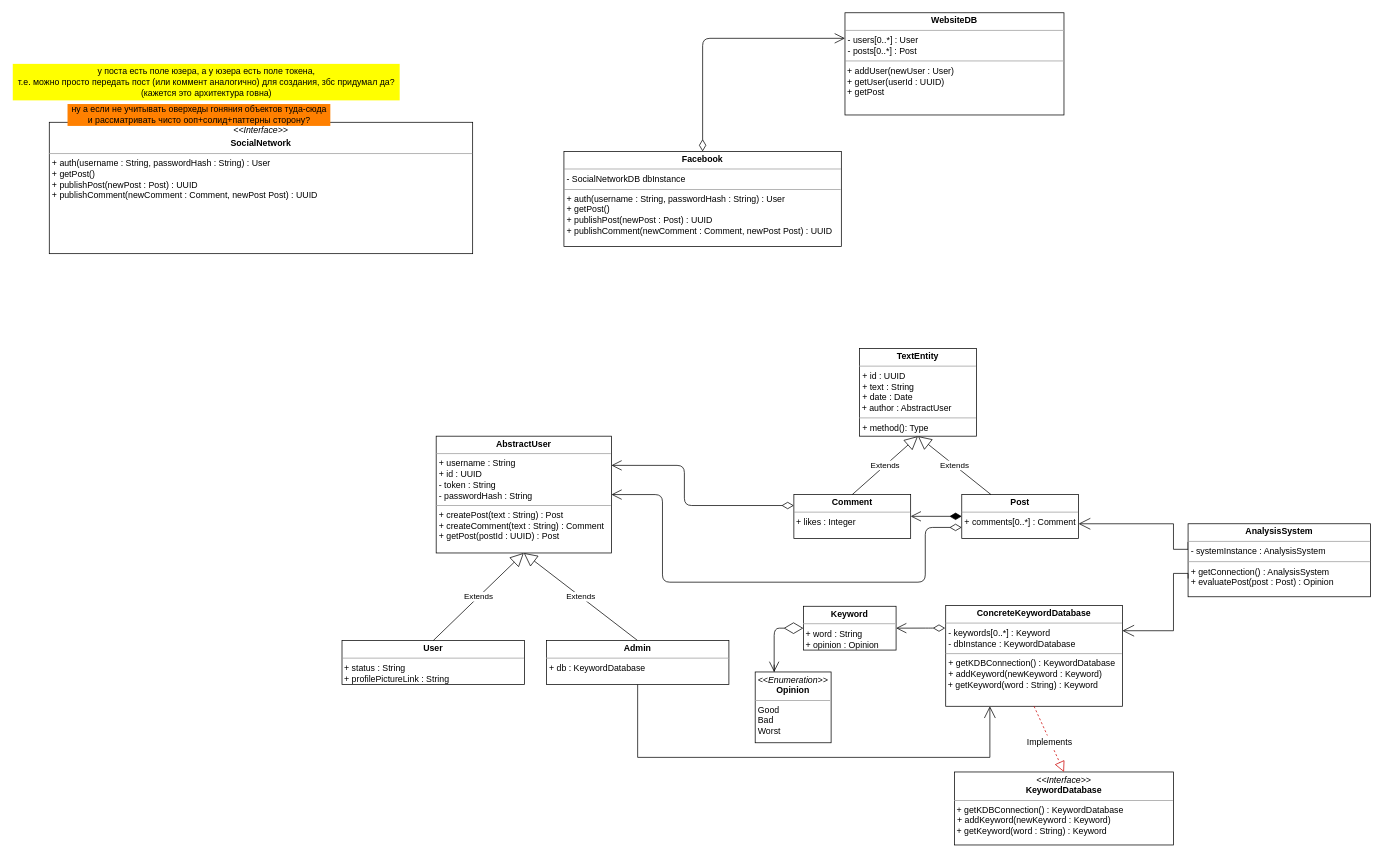
Earlier version of the draw.io diagram assignment1/uml/assignment1.drawio (ar7ch/iu-ssad). Source tidied: cells renumbered, new cells numbered last; positions are measured from the earlier drawing's top-left corner, leaving out a move shared by most shapes. Both pictures are drawn from the tidied source at 73%, with x=0, y=0 at pixel (12, 12).
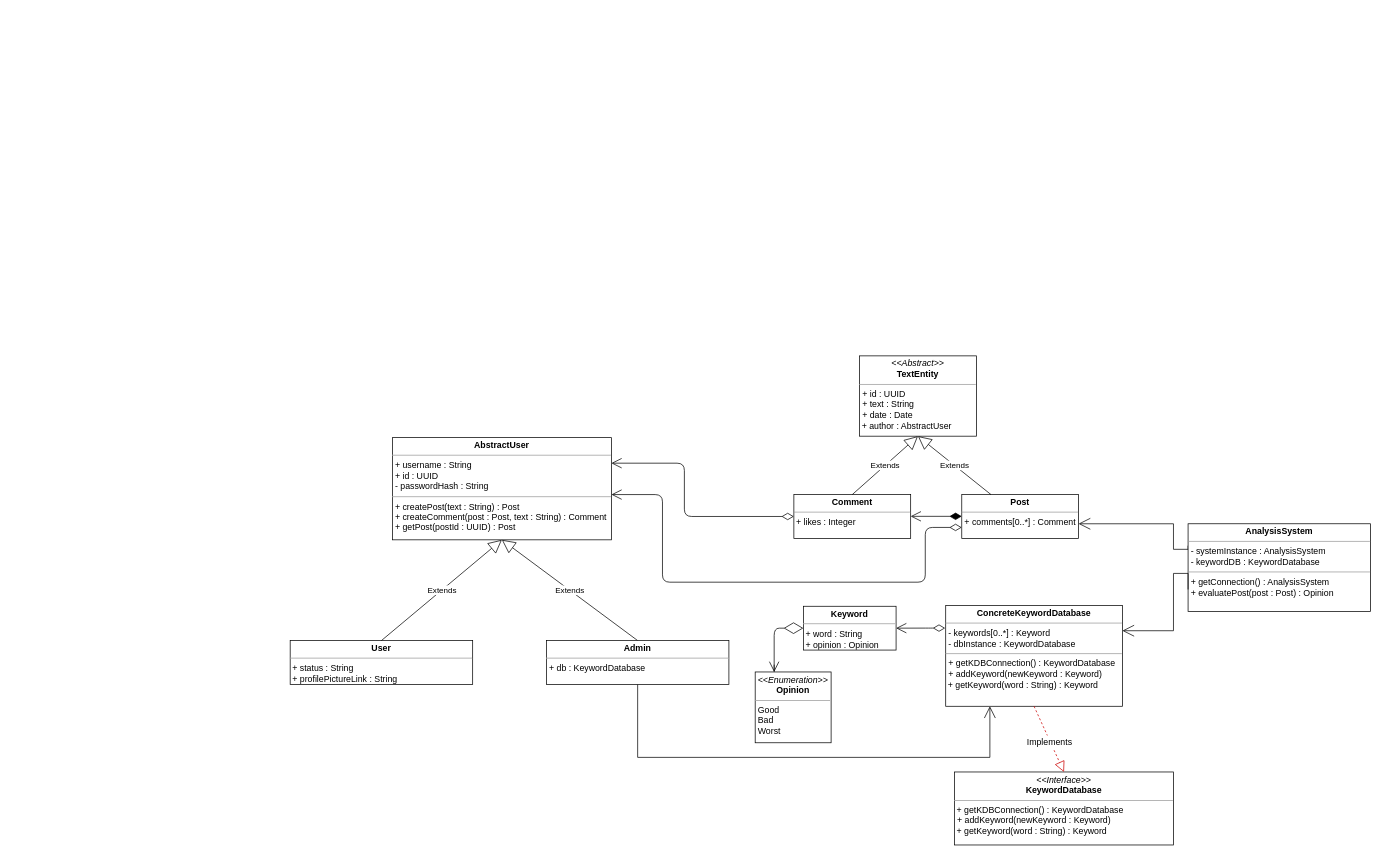
The same page after the edit.

Commit message (it also covers changes not shown here):
fix minor issues in uml diagram

The change refers to these unchanged cells:
```xml
<mxCell id="2" value="&lt;p style=&quot;margin: 0px ; margin-top: 4px ; text-align: center&quot;&gt;&lt;b&gt;Comment&lt;/b&gt;&lt;/p&gt;&lt;hr size=&quot;1&quot;&gt;&amp;nbsp;+ likes : Integer" style="verticalAlign=top;align=left;overflow=fill;fontSize=12;fontFamily=Helvetica;html=1;hachureGap=4;" parent="1" vertex="1">
  <mxGeometry x="1070" y="660" width="160" height="60" as="geometry" />
</mxCell>
<mxCell id="3" value="&lt;p style=&quot;margin: 0px ; margin-top: 4px ; text-align: center&quot;&gt;&lt;b&gt;Post&lt;/b&gt;&lt;/p&gt;&lt;hr size=&quot;1&quot;&gt;&lt;p style=&quot;margin: 0px ; margin-left: 4px&quot;&gt;+ comments[0..*] : Comment&lt;br&gt;&lt;/p&gt;" style="verticalAlign=top;align=left;overflow=fill;fontSize=12;fontFamily=Helvetica;html=1;hachureGap=4;" parent="1" vertex="1">
  <mxGeometry x="1300" y="660" width="160" height="60" as="geometry" />
</mxCell>
```

Diff of the diagram source:
```diff
@@
     <mxCell id="4" value="&lt;p style=&quot;margin: 0px ; margin-top: 4px ; text-align: center&quot;&gt;&lt;b&gt;User&lt;/b&gt;&lt;/p&gt;&lt;hr size=&quot;1&quot;&gt;&lt;div&gt;&amp;nbsp;+ status : String&lt;/div&gt;&lt;div&gt;&amp;nbsp;+ profilePictureLink : String&lt;br&gt;&lt;/div&gt;&lt;p style=&quot;margin: 0px ; margin-left: 4px&quot;&gt;&lt;br&gt;&lt;/p&gt;" style="verticalAlign=top;align=left;overflow=fill;fontSize=12;fontFamily=Helvetica;html=1;hachureGap=4;" parent="1" vertex="1">
-      <mxGeometry x="451" y="860" width="250" height="60" as="geometry" />
+      <mxGeometry x="380" y="860" width="250" height="60" as="geometry" />
     </mxCell>
@@
-    <mxCell id="10" value="&lt;p style=&quot;margin: 0px ; margin-top: 4px ; text-align: center&quot;&gt;&lt;b&gt;AnalysisSystem&lt;/b&gt;&lt;/p&gt;&lt;hr size=&quot;1&quot;&gt;&lt;p style=&quot;margin: 0px ; margin-left: 4px&quot;&gt;- systemInstance : AnalysisSystem&lt;br&gt;&lt;/p&gt;&lt;hr size=&quot;1&quot;&gt;&lt;p style=&quot;margin: 0px ; margin-left: 4px&quot;&gt;+ getConnection() : AnalysisSystem&lt;br&gt;&lt;/p&gt;&lt;p style=&quot;margin: 0px ; margin-left: 4px&quot;&gt;+ evaluatePost(post : Post) : Opinion&lt;/p&gt;" style="verticalAlign=top;align=left;overflow=fill;fontSize=12;fontFamily=Helvetica;html=1;hachureGap=4;" parent="1" vertex="1">
-      <mxGeometry x="1610" y="700" width="250" height="100" as="geometry" />
+    <mxCell id="10" value="&lt;p style=&quot;margin: 0px ; margin-top: 4px ; text-align: center&quot;&gt;&lt;b&gt;AnalysisSystem&lt;/b&gt;&lt;/p&gt;&lt;hr size=&quot;1&quot;&gt;&lt;p style=&quot;margin: 0px ; margin-left: 4px&quot;&gt;- systemInstance : AnalysisSystem&lt;br&gt;- keywordDB : KeywordDatabase&lt;br&gt;&lt;/p&gt;&lt;hr size=&quot;1&quot;&gt;&lt;p style=&quot;margin: 0px ; margin-left: 4px&quot;&gt;+ getConnection() : AnalysisSystem&lt;br&gt;&lt;/p&gt;&lt;p style=&quot;margin: 0px ; margin-left: 4px&quot;&gt;+ evaluatePost(post : Post) : Opinion&lt;/p&gt;" style="verticalAlign=top;align=left;overflow=fill;fontSize=12;fontFamily=Helvetica;html=1;hachureGap=4;" parent="1" vertex="1">
+      <mxGeometry x="1610" y="700" width="250" height="120" as="geometry" />
     </mxCell>
@@
-    <mxCell id="13" value="&lt;p style=&quot;margin: 0px ; margin-top: 4px ; text-align: center&quot;&gt;&lt;b&gt;TextEntity&lt;/b&gt;&lt;br&gt;&lt;/p&gt;&lt;hr size=&quot;1&quot;&gt;&lt;p style=&quot;margin: 0px ; margin-left: 4px&quot;&gt;+ id : UUID&lt;/p&gt;&lt;p style=&quot;margin: 0px ; margin-left: 4px&quot;&gt;+ text : String&lt;br&gt;+ date : Date&lt;/p&gt;&amp;nbsp;+ author : AbstractUser&lt;hr size=&quot;1&quot;&gt;&lt;p style=&quot;margin: 0px ; margin-left: 4px&quot;&gt;+ method(): Type&lt;/p&gt;" style="verticalAlign=top;align=left;overflow=fill;fontSize=12;fontFamily=Helvetica;html=1;hachureGap=4;" parent="1" vertex="1">
-      <mxGeometry x="1160" y="460" width="160" height="120" as="geometry" />
+    <mxCell id="13" value="&lt;p style=&quot;margin: 0px ; margin-top: 4px ; text-align: center&quot;&gt;&lt;i&gt;&amp;lt;&amp;lt;Abstract&amp;gt;&amp;gt;&lt;/i&gt;&lt;b&gt;&lt;br&gt;TextEntity&lt;/b&gt;&lt;br&gt;&lt;/p&gt;&lt;hr size=&quot;1&quot;&gt;&lt;p style=&quot;margin: 0px ; margin-left: 4px&quot;&gt;+ id : UUID&lt;/p&gt;&lt;p style=&quot;margin: 0px ; margin-left: 4px&quot;&gt;+ text : String&lt;br&gt;+ date : Date&lt;/p&gt;&amp;nbsp;+ author : AbstractUser" style="verticalAlign=top;align=left;overflow=fill;fontSize=12;fontFamily=Helvetica;html=1;hachureGap=4;" parent="1" vertex="1">
+      <mxGeometry x="1160" y="470" width="160" height="110" as="geometry" />
     </mxCell>
-    <mxCell id="14" style="endArrow=open;html=1;endSize=12;startArrow=diamondThin;startSize=14;startFill=0;edgeStyle=orthogonalEdgeStyle;align=left;verticalAlign=bottom;sourcePerimeterSpacing=8;targetPerimeterSpacing=8;entryX=1;entryY=0.25;entryDx=0;entryDy=0;exitX=0;exitY=0.25;exitDx=0;exitDy=0;" parent="1" edge="1" source="2" target="21">
+    <mxCell id="14" style="endArrow=open;html=1;endSize=12;startArrow=diamondThin;startSize=14;startFill=0;edgeStyle=orthogonalEdgeStyle;align=left;verticalAlign=bottom;sourcePerimeterSpacing=8;targetPerimeterSpacing=8;entryX=1;entryY=0.25;entryDx=0;entryDy=0;exitX=0;exitY=0.5;exitDx=0;exitDy=0;" parent="1" edge="1" source="2" target="21">
       <mxGeometry x="-1" y="3" relative="1" as="geometry">
         <Array as="points">
-          <mxPoint x="920" y="675" />
-          <mxPoint x="920" y="620" />
+          <mxPoint x="920" y="690" />
+          <mxPoint x="920" y="617" />
         </Array>
       </mxGeometry>
     </mxCell>
@@
-    <mxCell id="17" value="&lt;p style=&quot;margin: 0px ; margin-top: 4px ; text-align: center&quot;&gt;&lt;b&gt;Facebook&lt;/b&gt;&lt;br&gt;&lt;/p&gt;&lt;hr size=&quot;1&quot;&gt;&lt;p style=&quot;margin: 0px ; margin-left: 4px&quot;&gt;- SocialNetworkDB dbInstance&lt;br&gt;&lt;/p&gt;&lt;hr size=&quot;1&quot;&gt;&lt;p style=&quot;margin: 0px ; margin-left: 4px&quot;&gt;+ auth(username : String, passwordHash : String) : User&lt;br&gt;&lt;/p&gt;&lt;p style=&quot;margin: 0px ; margin-left: 4px&quot;&gt;+ getPost()&lt;/p&gt;&lt;p style=&quot;margin: 0px ; margin-left: 4px&quot;&gt;+ publishPost(newPost : Post) : UUID&lt;br&gt;&lt;/p&gt;&lt;p style=&quot;margin: 0px ; margin-left: 4px&quot;&gt;+ publishComment(newComment : Comment, newPost Post) : UUID&lt;/p&gt;&lt;p style=&quot;margin: 0px ; margin-left: 4px&quot;&gt;&lt;br&gt;&lt;br&gt;&lt;/p&gt;&lt;p style=&quot;margin: 0px ; margin-left: 4px&quot;&gt;&lt;br&gt;&lt;/p&gt;&lt;p style=&quot;margin: 0px ; margin-left: 4px&quot;&gt;&lt;br&gt;&lt;/p&gt;" style="verticalAlign=top;align=left;overflow=fill;fontSize=12;fontFamily=Helvetica;html=1;hachureGap=4;" parent="1" vertex="1">
-      <mxGeometry x="755" y="190" width="380" height="130" as="geometry" />
-    </mxCell>
-    <mxCell id="18" value="&lt;p style=&quot;margin: 0px ; margin-top: 4px ; text-align: center&quot;&gt;&lt;b&gt;WebsiteDB&lt;/b&gt;&lt;br&gt;&lt;/p&gt;&lt;hr size=&quot;1&quot;&gt;&lt;p style=&quot;margin: 0px ; margin-left: 4px&quot;&gt;- users[0..*] : User&lt;/p&gt;&lt;p style=&quot;margin: 0px ; margin-left: 4px&quot;&gt;- posts[0..*] : Post&lt;br&gt;&lt;/p&gt;&lt;hr size=&quot;1&quot;&gt;&lt;div&gt;&amp;nbsp;+ addUser(newUser : User)&lt;/div&gt;&lt;div&gt;&amp;nbsp;+ getUser(userId : UUID)&lt;/div&gt;&lt;div&gt;&amp;nbsp;+ getPost&lt;br&gt;&lt;/div&gt;&lt;div&gt;&lt;br&gt;&lt;/div&gt;" style="verticalAlign=top;align=left;overflow=fill;fontSize=12;fontFamily=Helvetica;html=1;hachureGap=4;" parent="1" vertex="1">
-      <mxGeometry x="1140" width="300" height="140" as="geometry" />
-    </mxCell>
-    <mxCell id="19" style="endArrow=open;html=1;endSize=12;startArrow=diamondThin;startSize=14;startFill=0;edgeStyle=orthogonalEdgeStyle;sourcePerimeterSpacing=8;targetPerimeterSpacing=8;exitX=0.5;exitY=0;exitDx=0;exitDy=0;entryX=0;entryY=0.25;entryDx=0;entryDy=0;" parent="1" edge="1" source="17" target="18">
-      <mxGeometry relative="1" as="geometry" />
-    </mxCell>
-    <mxCell id="20" value="&lt;p style=&quot;margin: 0px ; margin-top: 4px ; text-align: center&quot;&gt;&lt;i&gt;&amp;lt;&amp;lt;Interface&amp;gt;&amp;gt;&lt;/i&gt;&lt;span&gt;&#9;&lt;/span&gt;&lt;/p&gt;&lt;p style=&quot;margin: 0px ; margin-top: 4px ; text-align: center&quot;&gt;&lt;b&gt;SocialNetwork&lt;/b&gt;&lt;br&gt;&lt;/p&gt;&lt;hr size=&quot;1&quot;&gt;&lt;p style=&quot;margin: 0px ; margin-left: 4px&quot;&gt;+ auth(username : String, passwordHash : String) : User&lt;br&gt;&lt;/p&gt;&lt;p style=&quot;margin: 0px ; margin-left: 4px&quot;&gt;+ getPost()&lt;/p&gt;&lt;p style=&quot;margin: 0px ; margin-left: 4px&quot;&gt;+ publishPost(newPost : Post) : UUID&lt;br&gt;&lt;/p&gt;&lt;p style=&quot;margin: 0px ; margin-left: 4px&quot;&gt;+ publishComment(newComment : Comment, newPost Post) : UUID&lt;/p&gt;&lt;p style=&quot;margin: 0px ; margin-left: 4px&quot;&gt;&lt;br&gt;&lt;/p&gt;" style="verticalAlign=top;align=left;overflow=fill;fontSize=12;fontFamily=Helvetica;html=1;hachureGap=4;" parent="1" vertex="1">
-      <mxGeometry x="50" y="150" width="580" height="180" as="geometry" />
-    </mxCell>
-    <mxCell id="21" value="&lt;p style=&quot;margin: 0px ; margin-top: 4px ; text-align: center&quot;&gt;&lt;b&gt;AbstractUser&lt;/b&gt;&lt;/p&gt;&lt;hr size=&quot;1&quot;&gt;&lt;p style=&quot;margin: 0px ; margin-left: 4px&quot;&gt;+ username : String&lt;/p&gt;&lt;p style=&quot;margin: 0px ; margin-left: 4px&quot;&gt;+ id : UUID&lt;br&gt;- token : String&lt;br&gt;&lt;/p&gt;&lt;p style=&quot;margin: 0px ; margin-left: 4px&quot;&gt;- passwordHash : String&lt;/p&gt;&lt;hr size=&quot;1&quot;&gt;&lt;p style=&quot;margin: 0px ; margin-left: 4px&quot;&gt;+ createPost(text : String) : Post&lt;/p&gt;&lt;p style=&quot;margin: 0px ; margin-left: 4px&quot;&gt;+ createComment(text : String) : Comment&lt;br&gt;&lt;/p&gt;&lt;p style=&quot;margin: 0px ; margin-left: 4px&quot;&gt;+ getPost(postId : UUID) : Post&lt;br&gt;&lt;/p&gt;&lt;p style=&quot;margin: 0px ; margin-left: 4px&quot;&gt;&lt;br&gt;&lt;/p&gt;" style="verticalAlign=top;align=left;overflow=fill;fontSize=12;fontFamily=Helvetica;html=1;hachureGap=4;" parent="1" vertex="1">
-      <mxGeometry x="580" y="580" width="240" height="160" as="geometry" />
+    <mxCell id="21" value="&lt;p style=&quot;margin: 0px ; margin-top: 4px ; text-align: center&quot;&gt;&lt;b&gt;AbstractUser&lt;/b&gt;&lt;/p&gt;&lt;hr size=&quot;1&quot;&gt;&lt;p style=&quot;margin: 0px ; margin-left: 4px&quot;&gt;+ username : String&lt;/p&gt;&lt;p style=&quot;margin: 0px ; margin-left: 4px&quot;&gt;+ id : UUID&lt;br&gt;&lt;/p&gt;&lt;p style=&quot;margin: 0px ; margin-left: 4px&quot;&gt;- passwordHash : String&lt;/p&gt;&lt;hr size=&quot;1&quot;&gt;&lt;p style=&quot;margin: 0px ; margin-left: 4px&quot;&gt;+ createPost(text : String) : Post&lt;/p&gt;&lt;p style=&quot;margin: 0px ; margin-left: 4px&quot;&gt;+ createComment(post : Post, text : String) : Comment&lt;br&gt;&lt;/p&gt;&lt;p style=&quot;margin: 0px ; margin-left: 4px&quot;&gt;+ getPost(postId : UUID) : Post&lt;br&gt;&lt;/p&gt;&lt;p style=&quot;margin: 0px ; margin-left: 4px&quot;&gt;&lt;br&gt;&lt;/p&gt;" style="verticalAlign=top;align=left;overflow=fill;fontSize=12;fontFamily=Helvetica;html=1;hachureGap=4;" parent="1" vertex="1">
+      <mxGeometry x="520" y="582" width="300" height="140" as="geometry" />
     </mxCell>
@@
-    <mxCell id="27" style="endArrow=open;html=1;endSize=12;startArrow=diamondThin;startSize=14;startFill=0;edgeStyle=orthogonalEdgeStyle;align=left;verticalAlign=bottom;sourcePerimeterSpacing=8;targetPerimeterSpacing=8;strokeColor=#000000;entryX=1;entryY=0.5;entryDx=0;entryDy=0;exitX=0;exitY=0.75;exitDx=0;exitDy=0;" parent="1" edge="1" source="3" target="21">
+    <mxCell id="27" style="endArrow=open;html=1;endSize=12;startArrow=diamondThin;startSize=14;startFill=0;edgeStyle=orthogonalEdgeStyle;align=left;verticalAlign=bottom;sourcePerimeterSpacing=8;targetPerimeterSpacing=8;strokeColor=#000000;exitX=0;exitY=0.75;exitDx=0;exitDy=0;" parent="1" edge="1" source="3">
       <mxGeometry x="-1" y="3" relative="1" as="geometry">
+        <mxPoint x="820" y="660" as="targetPoint" />
         <Array as="points">
           <mxPoint x="1250" y="705" />
           <mxPoint x="1250" y="780" />
           <mxPoint x="890" y="780" />
           <mxPoint x="890" y="660" />
+          <mxPoint x="820" y="660" />
         </Array>
       </mxGeometry>
     </mxCell>
-    <mxCell id="28" value="у поста есть поле юзера, а у юзера есть поле токена, &lt;br&gt;т.е. можно просто передать пост (или коммент аналогично) для создания, збс придумал да?&lt;br&gt;(кажется это архитектура говна)" style="text;html=1;align=center;verticalAlign=middle;strokeColor=none;fillColor=#FFFF00;shadow=0;" parent="1" vertex="1">
-      <mxGeometry y="70" width="530" height="50" as="geometry" />
-    </mxCell>
-    <mxCell id="29" value="&lt;div&gt;ну а если не учитывать оверхеды гоняния объектов туда-сюда &lt;br&gt;&lt;/div&gt;&lt;div&gt;и рассматривать чисто ооп+солид+паттерны сторону?&lt;/div&gt;" style="text;html=1;align=center;verticalAlign=middle;strokeColor=none;fillColor=#FF8000;" parent="1" vertex="1">
-      <mxGeometry x="75" y="125" width="360" height="30" as="geometry" />
-    </mxCell>
```
